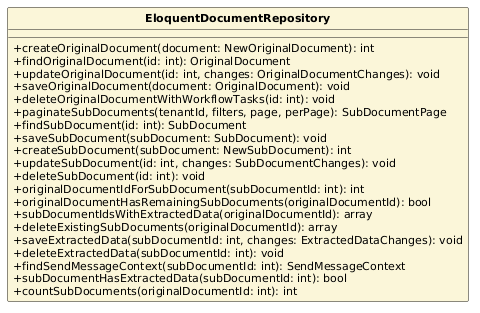
aLittleByte-19/Documentazione keeps this PlantUML diagram as PB/Specifica Tecnica/ImmaginiSpecificaTecnica/ClassiSingole/EloquentDocumentRepository.png. Above is the earlier version. The source it was exported from:
```plantuml
@startuml
skinparam classAttributeIconSize 0
skinparam classFontStyle bold
skinparam classFontSize 13
skinparam classAttributeFontSize 11
skinparam shadowing false
hide circle
class EloquentDocumentRepository #FBF6D9 {
  +createOriginalDocument(document: NewOriginalDocument): int
  +findOriginalDocument(id: int): OriginalDocument
  +updateOriginalDocument(id: int, changes: OriginalDocumentChanges): void
  +saveOriginalDocument(document: OriginalDocument): void
  +deleteOriginalDocumentWithWorkflowTasks(id: int): void
  +paginateSubDocuments(tenantId, filters, page, perPage): SubDocumentPage
  +findSubDocument(id: int): SubDocument
  +saveSubDocument(subDocument: SubDocument): void
  +createSubDocument(subDocument: NewSubDocument): int
  +updateSubDocument(id: int, changes: SubDocumentChanges): void
  +deleteSubDocument(id: int): void
  +originalDocumentIdForSubDocument(subDocumentId: int): int
  +originalDocumentHasRemainingSubDocuments(originalDocumentId): bool
  +subDocumentIdsWithExtractedData(originalDocumentId): array
  +deleteExistingSubDocuments(originalDocumentId): array
  +saveExtractedData(subDocumentId: int, changes: ExtractedDataChanges): void
  +deleteExtractedData(subDocumentId: int): void
  +findSendMessageContext(subDocumentId: int): SendMessageContext
  +subDocumentHasExtractedData(subDocumentId: int): bool
  +countSubDocuments(originalDocumentId: int): int
}
@enduml
```
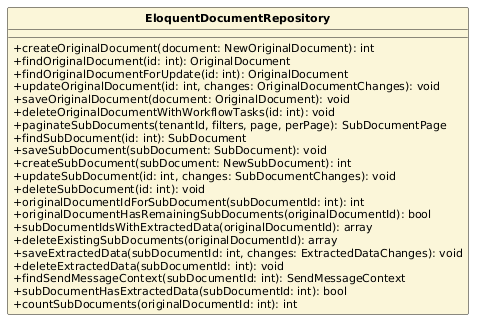
The same diagram one commit later.

Diff of the diagram source:
```diff
@@ -8,6 +8,7 @@
 class EloquentDocumentRepository #FBF6D9 {
   +createOriginalDocument(document: NewOriginalDocument): int
   +findOriginalDocument(id: int): OriginalDocument
+  +findOriginalDocumentForUpdate(id: int): OriginalDocument
   +updateOriginalDocument(id: int, changes: OriginalDocumentChanges): void
   +saveOriginalDocument(document: OriginalDocument): void
   +deleteOriginalDocumentWithWorkflowTasks(id: int): void
```
